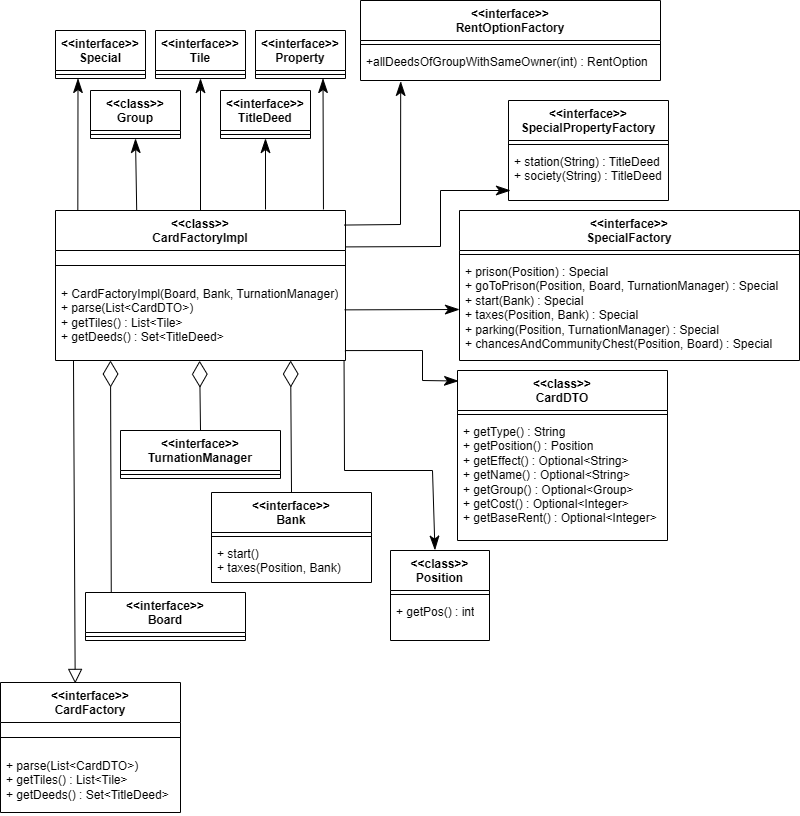
Above: report/img/prati/CardFactory.png in unibo-oop-projects/OOP24-AlessioMinnitiAlessioMinnitistudi-MartinaRavaioli-AlessioMinniti-DavideRossi-LucasPrati-mpoly (draw.io), before the change. Source tidied: cells renumbered, new cells last; positions are measured from the earlier drawing's top-left corner, leaving out a move shared by most shapes.
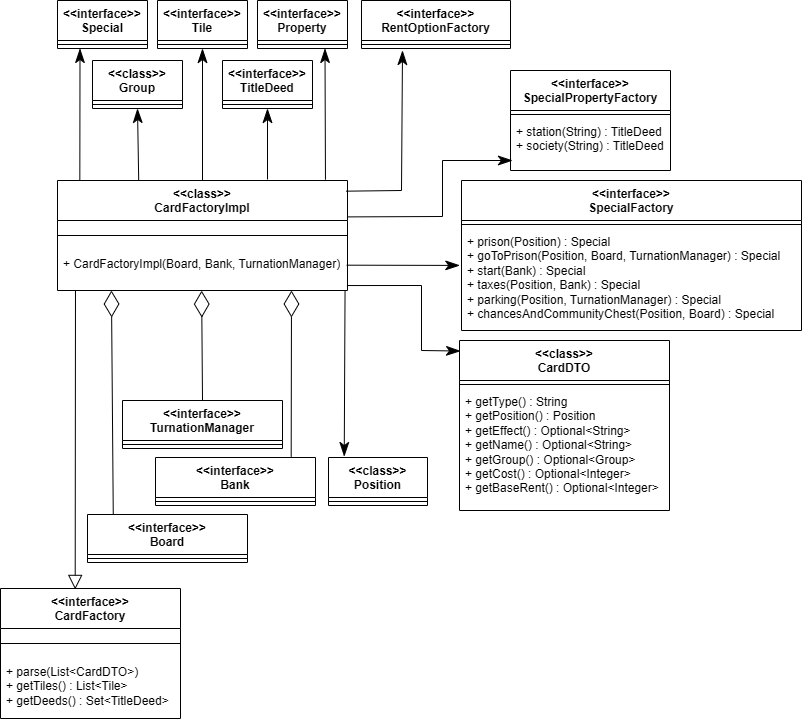
Later version of the same file.

Commit message:
[Report - Prati] fix img/prati/

What changed in the source:
```diff
@@ -3,24 +3,22 @@
     <mxCell id="0" />
     <mxCell id="1" parent="0" />
     <mxCell id="2" value="&amp;lt;&amp;lt;class&amp;gt;&amp;gt;&lt;br&gt;&lt;div&gt;CardFactoryImpl&lt;/div&gt;" style="swimlane;fontStyle=1;align=center;verticalAlign=top;horizontal=1;startSize=40;whiteSpace=wrap;html=1;" parent="1" vertex="1">
-      <mxGeometry x="55" y="210" width="290" height="150" as="geometry" />
+      <mxGeometry x="55" y="210" width="290" height="110" as="geometry" />
     </mxCell>
     <mxCell id="3" style="line;strokeWidth=1;fillColor=none;align=left;verticalAlign=middle;spacingTop=-1;spacingLeft=3;spacingRight=3;labelPosition=right;strokeColor=inherit;" parent="2" vertex="1">
       <mxGeometry y="40" width="290" height="30" as="geometry" />
     </mxCell>
-    <mxCell id="4" value="&lt;div&gt;+ CardFactoryImpl(Board, Bank, TurnationManager)&lt;/div&gt;&lt;div&gt;+ parse(List&amp;lt;CardDTO&amp;gt;)&lt;/div&gt;&lt;div&gt;+ getTiles() :&amp;nbsp;&lt;span style=&quot;background-color: transparent; color: light-dark(rgb(0, 0, 0), rgb(255, 255, 255));&quot;&gt;List&amp;lt;Tile&amp;gt;&lt;/span&gt;&lt;/div&gt;&lt;div&gt;+ getDeeds() :&amp;nbsp;&lt;span style=&quot;background-color: transparent; color: light-dark(rgb(0, 0, 0), rgb(255, 255, 255));&quot;&gt;Set&amp;lt;TitleDeed&amp;gt;&lt;/span&gt;&lt;/div&gt;" style="text;strokeColor=none;fillColor=none;align=left;verticalAlign=top;spacingLeft=4;spacingRight=4;overflow=hidden;points=[[0,0.5],[1,0.5]];portConstraint=eastwest;whiteSpace=wrap;html=1;" parent="2" vertex="1">
-      <mxGeometry y="70" width="290" height="80" as="geometry" />
+    <mxCell id="4" value="&lt;div&gt;+ CardFactoryImpl(Board, Bank, TurnationManager)&lt;/div&gt;" style="text;strokeColor=none;fillColor=none;align=left;verticalAlign=top;spacingLeft=4;spacingRight=4;overflow=hidden;points=[[0,0.5],[1,0.5]];portConstraint=eastwest;whiteSpace=wrap;html=1;" parent="2" vertex="1">
+      <mxGeometry y="70" width="290" height="40" as="geometry" />
     </mxCell>
     <mxCell id="5" value="&amp;lt;&amp;lt;interface&amp;gt;&amp;gt;&lt;div&gt;Board&lt;/div&gt;" style="swimlane;fontStyle=1;align=center;verticalAlign=top;horizontal=1;startSize=40;whiteSpace=wrap;html=1;" parent="1" vertex="1">
-      <mxGeometry x="85" y="592" width="160" height="48" as="geometry" />
+      <mxGeometry x="85" y="544" width="160" height="48" as="geometry" />
     </mxCell>
     <mxCell id="6" style="line;strokeWidth=1;fillColor=none;align=left;verticalAlign=middle;spacingTop=-1;spacingLeft=3;spacingRight=3;labelPosition=right;strokeColor=inherit;" parent="5" vertex="1">
       <mxGeometry y="40" width="160" height="8" as="geometry" />
     </mxCell>
-    <mxCell id="7" style="endArrow=diamondThin;endFill=0;endSize=24;html=1;rounded=0;exitX=0.161;exitY=0.004;exitDx=0;exitDy=0;exitPerimeter=0;" parent="1" edge="1" source="5">
-      <mxGeometry relative="1" as="geometry">
-        <mxPoint x="110" y="360" as="targetPoint" />
-      </mxGeometry>
+    <mxCell id="7" style="endArrow=diamondThin;endFill=0;endSize=24;html=1;rounded=0;exitX=0.161;exitY=0.004;exitDx=0;exitDy=0;exitPerimeter=0;entryX=0.186;entryY=1;entryDx=0;entryDy=0;entryPerimeter=0;" parent="1" edge="1" source="5" target="4">
+      <mxGeometry relative="1" as="geometry" />
     </mxCell>
     <mxCell id="8" value="&amp;lt;&amp;lt;interface&amp;gt;&amp;gt;&lt;div&gt;TurnationManager&lt;/div&gt;" style="swimlane;fontStyle=1;align=center;verticalAlign=top;horizontal=1;startSize=40;whiteSpace=wrap;html=1;" parent="1" vertex="1">
       <mxGeometry x="120" y="430" width="160" height="48" as="geometry" />
@@ -31,20 +29,17 @@
     <mxCell id="10" style="endArrow=diamondThin;endFill=0;endSize=24;html=1;rounded=0;exitX=0.5;exitY=0;exitDx=0;exitDy=0;entryX=0.497;entryY=1.003;entryDx=0;entryDy=0;entryPerimeter=0;" parent="1" edge="1" source="8" target="4">
       <mxGeometry relative="1" as="geometry" />
     </mxCell>
-    <mxCell id="11" style="endArrow=diamondThin;endFill=0;endSize=24;html=1;rounded=0;exitX=0.5;exitY=0;exitDx=0;exitDy=0;entryX=0.828;entryY=1;entryDx=0;entryDy=0;entryPerimeter=0;" parent="1" edge="1" source="12">
+    <mxCell id="11" style="endArrow=diamondThin;endFill=0;endSize=24;html=1;rounded=0;exitX=0.848;exitY=-0.017;exitDx=0;exitDy=0;exitPerimeter=0;" parent="1" edge="1" source="12">
       <mxGeometry relative="1" as="geometry">
-        <mxPoint x="290.1" y="360" as="targetPoint" />
+        <mxPoint x="289" y="320" as="targetPoint" />
       </mxGeometry>
     </mxCell>
     <mxCell id="12" value="&amp;lt;&amp;lt;interface&amp;gt;&amp;gt;&lt;div&gt;Bank&lt;/div&gt;" style="swimlane;fontStyle=1;align=center;verticalAlign=top;horizontal=1;startSize=40;whiteSpace=wrap;html=1;" parent="1" vertex="1">
-      <mxGeometry x="211" y="492" width="160" height="90" as="geometry" />
+      <mxGeometry x="153" y="487" width="160" height="48" as="geometry" />
     </mxCell>
     <mxCell id="13" style="line;strokeWidth=1;fillColor=none;align=left;verticalAlign=middle;spacingTop=-1;spacingLeft=3;spacingRight=3;labelPosition=right;strokeColor=inherit;" parent="12" vertex="1">
       <mxGeometry y="40" width="160" height="8" as="geometry" />
     </mxCell>
-    <mxCell id="14" value="+ start()&lt;div&gt;+ taxes(Position, Bank)&lt;/div&gt;" style="text;strokeColor=none;fillColor=none;align=left;verticalAlign=top;spacingLeft=4;spacingRight=4;overflow=hidden;whiteSpace=wrap;html=1;" parent="12" vertex="1">
-      <mxGeometry y="48" width="160" height="42" as="geometry" />
-    </mxCell>
     <mxCell id="15" value="&amp;lt;&amp;lt;interface&amp;gt;&amp;gt;&lt;div&gt;Special&lt;/div&gt;" style="swimlane;fontStyle=1;align=center;verticalAlign=top;horizontal=1;startSize=40;whiteSpace=wrap;html=1;" parent="1" vertex="1">
       <mxGeometry x="55" y="30" width="90" height="48" as="geometry" />
     </mxCell>
@@ -93,14 +88,11 @@
       <mxGeometry relative="1" as="geometry" />
     </mxCell>
     <mxCell id="30" value="&amp;lt;&amp;lt;class&amp;gt;&amp;gt;&lt;div&gt;Position&lt;/div&gt;" style="swimlane;fontStyle=1;align=center;verticalAlign=top;horizontal=1;startSize=40;whiteSpace=wrap;html=1;" parent="1" vertex="1">
-      <mxGeometry x="390" y="550" width="99" height="90" as="geometry" />
+      <mxGeometry x="326" y="487" width="99" height="48" as="geometry" />
     </mxCell>
     <mxCell id="31" style="line;strokeWidth=1;fillColor=none;align=left;verticalAlign=middle;spacingTop=-1;spacingLeft=3;spacingRight=3;labelPosition=right;strokeColor=inherit;" parent="30" vertex="1">
       <mxGeometry y="40" width="99" height="8" as="geometry" />
     </mxCell>
-    <mxCell id="32" value="+ getPos() : int" style="text;strokeColor=none;fillColor=none;align=left;verticalAlign=top;spacingLeft=4;spacingRight=4;overflow=hidden;whiteSpace=wrap;html=1;" parent="30" vertex="1">
-      <mxGeometry y="48" width="99" height="42" as="geometry" />
-    </mxCell>
     <mxCell id="33" style="endArrow=block;endFill=0;endSize=12;html=1;rounded=0;entryX=0.415;entryY=0.007;entryDx=0;entryDy=0;exitX=0.062;exitY=0.997;exitDx=0;exitDy=0;exitPerimeter=0;entryPerimeter=0;" parent="1" edge="1" source="4" target="48">
       <mxGeometry relative="1" as="geometry" />
     </mxCell>
@@ -132,14 +124,11 @@
       <mxGeometry y="48" width="160" height="52" as="geometry" />
     </mxCell>
     <mxCell id="43" value="&amp;lt;&amp;lt;interface&amp;gt;&amp;gt;&lt;div&gt;RentOptionFactory&lt;/div&gt;" style="swimlane;fontStyle=1;align=center;verticalAlign=top;horizontal=1;startSize=40;whiteSpace=wrap;html=1;" parent="1" vertex="1">
-      <mxGeometry x="360" width="300" height="80" as="geometry" />
+      <mxGeometry x="359" y="30" width="149" height="48" as="geometry" />
     </mxCell>
     <mxCell id="44" style="line;strokeWidth=1;fillColor=none;align=left;verticalAlign=middle;spacingTop=-1;spacingLeft=3;spacingRight=3;labelPosition=right;strokeColor=inherit;" parent="43" vertex="1">
-      <mxGeometry y="40" width="300" height="8" as="geometry" />
+      <mxGeometry y="40" width="149" height="8" as="geometry" />
     </mxCell>
-    <mxCell id="45" value="+allDeedsOfGroupWithSameOwner(int) : RentOption" style="text;strokeColor=none;fillColor=none;align=left;verticalAlign=top;spacingLeft=4;spacingRight=4;overflow=hidden;points=[[0,0.5],[1,0.5]];portConstraint=eastwest;whiteSpace=wrap;html=1;" parent="43" vertex="1">
-      <mxGeometry y="48" width="300" height="32" as="geometry" />
-    </mxCell>
     <mxCell id="46" style="endArrow=classicThin;endFill=1;endSize=12;html=1;rounded=0;exitX=0;exitY=0.5;exitDx=0;exitDy=0;entryX=1.001;entryY=0.136;entryDx=0;entryDy=0;entryPerimeter=0;" parent="1" edge="1">
       <mxGeometry relative="1" as="geometry">
         <mxPoint x="345.3" y="246.4" as="sourcePoint" />
@@ -150,15 +139,16 @@
         </Array>
       </mxGeometry>
     </mxCell>
-    <mxCell id="47" style="endArrow=classicThin;endFill=1;endSize=12;html=1;rounded=0;exitX=0.996;exitY=0.097;exitDx=0;exitDy=0;exitPerimeter=0;entryX=0.134;entryY=1.028;entryDx=0;entryDy=0;entryPerimeter=0;" parent="1" edge="1" source="2" target="45">
+    <mxCell id="47" style="endArrow=classicThin;endFill=1;endSize=12;html=1;rounded=0;exitX=0.996;exitY=0.097;exitDx=0;exitDy=0;exitPerimeter=0;" parent="1" edge="1" source="2">
       <mxGeometry relative="1" as="geometry">
+        <mxPoint x="400" y="80" as="targetPoint" />
         <Array as="points">
-          <mxPoint x="400" y="224" />
+          <mxPoint x="399" y="220" />
         </Array>
       </mxGeometry>
     </mxCell>
     <mxCell id="48" value="&amp;lt;&amp;lt;interface&amp;gt;&amp;gt;&lt;br&gt;&lt;div&gt;CardFactory&lt;/div&gt;" style="swimlane;fontStyle=1;align=center;verticalAlign=top;horizontal=1;startSize=40;whiteSpace=wrap;html=1;" parent="1" vertex="1">
-      <mxGeometry y="682" width="180" height="130" as="geometry" />
+      <mxGeometry x="-2" y="618" width="180" height="130" as="geometry" />
     </mxCell>
     <mxCell id="49" style="line;strokeWidth=1;fillColor=none;align=left;verticalAlign=middle;spacingTop=-1;spacingLeft=3;spacingRight=3;labelPosition=right;strokeColor=inherit;" parent="48" vertex="1">
       <mxGeometry y="40" width="180" height="30" as="geometry" />
@@ -166,23 +156,20 @@
     <mxCell id="50" value="&lt;div&gt;&lt;span style=&quot;background-color: transparent; color: light-dark(rgb(0, 0, 0), rgb(255, 255, 255));&quot;&gt;+ parse(List&amp;lt;CardDTO&amp;gt;)&lt;/span&gt;&lt;/div&gt;&lt;div&gt;+ getTiles() :&amp;nbsp;&lt;span style=&quot;background-color: transparent; color: light-dark(rgb(0, 0, 0), rgb(255, 255, 255));&quot;&gt;List&amp;lt;Tile&amp;gt;&lt;/span&gt;&lt;/div&gt;&lt;div&gt;+ getDeeds() :&amp;nbsp;&lt;span style=&quot;background-color: transparent; color: light-dark(rgb(0, 0, 0), rgb(255, 255, 255));&quot;&gt;Set&amp;lt;TitleDeed&amp;gt;&lt;/span&gt;&lt;/div&gt;" style="text;strokeColor=none;fillColor=none;align=left;verticalAlign=top;spacingLeft=4;spacingRight=4;overflow=hidden;whiteSpace=wrap;html=1;" parent="48" vertex="1">
       <mxGeometry y="70" width="180" height="60" as="geometry" />
     </mxCell>
-    <mxCell id="51" style="endArrow=classicThin;endFill=1;endSize=12;html=1;rounded=0;exitX=0.997;exitY=0.367;exitDx=0;exitDy=0;entryX=0;entryY=0.5;entryDx=0;entryDy=0;exitPerimeter=0;" parent="1" edge="1" source="4" target="39">
+    <mxCell id="51" style="endArrow=classicThin;endFill=1;endSize=12;html=1;rounded=0;exitX=0.997;exitY=0.367;exitDx=0;exitDy=0;entryX=-0.005;entryY=0.362;entryDx=0;entryDy=0;exitPerimeter=0;entryPerimeter=0;" parent="1" edge="1" source="4" target="39">
       <mxGeometry relative="1" as="geometry" />
     </mxCell>
     <mxCell id="52" style="endArrow=classicThin;endFill=1;endSize=12;html=1;rounded=0;entryX=0.005;entryY=0.062;entryDx=0;entryDy=0;entryPerimeter=0;exitX=0.998;exitY=0.876;exitDx=0;exitDy=0;exitPerimeter=0;" parent="1" edge="1" source="4" target="34">
       <mxGeometry relative="1" as="geometry">
         <Array as="points">
-          <mxPoint x="422" y="350" />
-          <mxPoint x="422" y="380" />
+          <mxPoint x="419" y="315" />
+          <mxPoint x="419" y="380" />
         </Array>
       </mxGeometry>
     </mxCell>
-    <mxCell id="53" style="endArrow=classicThin;endFill=1;endSize=12;html=1;rounded=0;entryX=0.449;entryY=-0.004;entryDx=0;entryDy=0;exitX=0.995;exitY=1.003;exitDx=0;exitDy=0;exitPerimeter=0;entryPerimeter=0;" parent="1" edge="1" source="4" target="30">
+    <mxCell id="53" style="endArrow=classicThin;endFill=1;endSize=12;html=1;rounded=0;entryX=0.159;entryY=-0.02;entryDx=0;entryDy=0;exitX=0.995;exitY=1.003;exitDx=0;exitDy=0;exitPerimeter=0;entryPerimeter=0;" parent="1" edge="1" target="30">
       <mxGeometry relative="1" as="geometry">
-        <Array as="points">
-          <mxPoint x="344" y="470" />
-          <mxPoint x="432" y="470" />
-        </Array>
+        <mxPoint x="342.5" y="320.1" as="sourcePoint" />
       </mxGeometry>
     </mxCell>
   </root>
```
